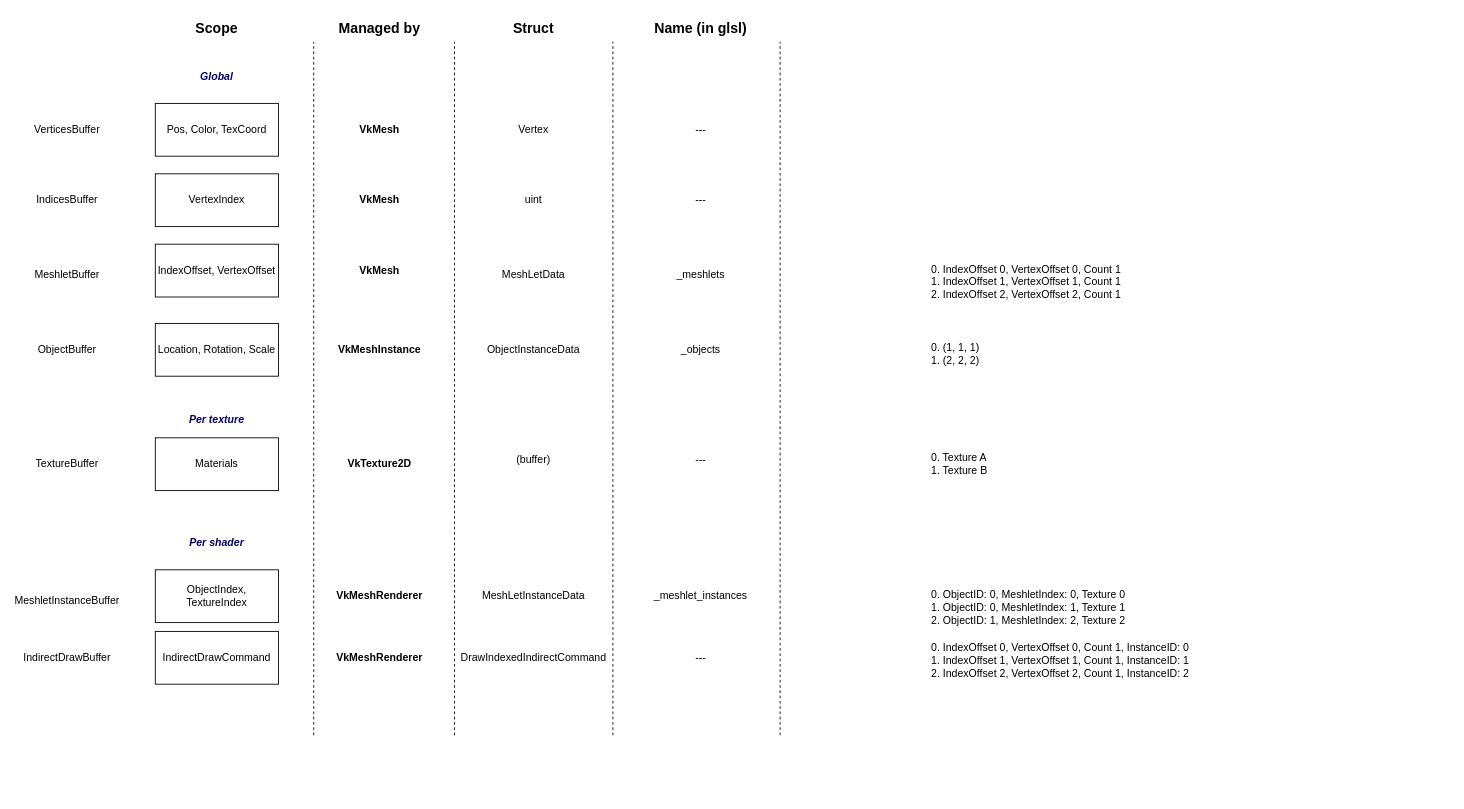
Before: Documentation/Schemas/Render buffers.drawio in Hilderin/MiniEngine, a draw.io diagram. Source tidied: cells renumbered, new cells numbered last; positions are measured from the earlier drawing's top-left corner, leaving out a move shared by most shapes. Both pictures are drawn from the tidied source at 88%, with x=0, y=0 at pixel (40, 15).
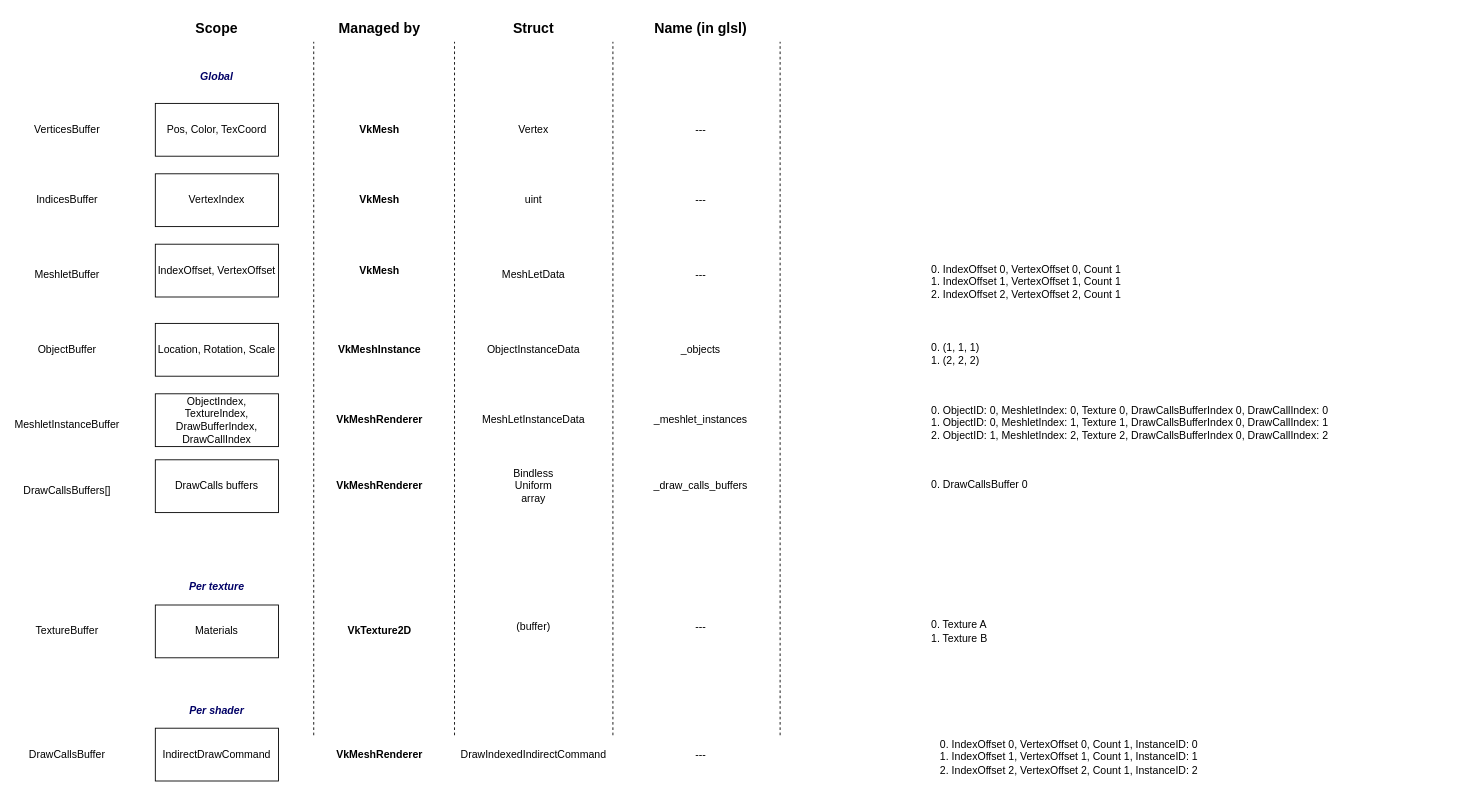
After the change.

Change to the diagram source:
```diff
@@
     <mxCell id="8" value="Materials" style="rounded=0;whiteSpace=wrap;html=1;" parent="1" vertex="1">
-      <mxGeometry x="130" y="480" width="140" height="60" as="geometry" />
+      <mxGeometry x="130" y="670" width="140" height="60" as="geometry" />
     </mxCell>
     <mxCell id="9" value="TextureBuffer" style="text;html=1;strokeColor=none;fillColor=none;align=center;verticalAlign=middle;whiteSpace=wrap;rounded=0;" parent="1" vertex="1">
-      <mxGeometry y="495" width="60" height="30" as="geometry" />
+      <mxGeometry y="685" width="60" height="30" as="geometry" />
     </mxCell>
     <mxCell id="10" value="Per texture" style="text;html=1;fillColor=none;align=center;verticalAlign=middle;whiteSpace=wrap;rounded=0;fontStyle=3;fontColor=#000066;" parent="1" vertex="1">
-      <mxGeometry x="120" y="450" width="160" height="20" as="geometry" />
+      <mxGeometry x="120" y="640" width="160" height="20" as="geometry" />
     </mxCell>
@@
     <mxCell id="12" value="Per shader" style="text;html=1;fillColor=none;align=center;verticalAlign=middle;whiteSpace=wrap;rounded=0;fontStyle=3;fontColor=#000066;" parent="1" vertex="1">
-      <mxGeometry x="120" y="590" width="160" height="20" as="geometry" />
+      <mxGeometry x="120" y="780" width="160" height="20" as="geometry" />
     </mxCell>
     <mxCell id="13" value="IndirectDrawCommand" style="rounded=0;whiteSpace=wrap;html=1;" parent="1" vertex="1">
-      <mxGeometry x="130" y="700" width="140" height="60" as="geometry" />
+      <mxGeometry x="130" y="810" width="140" height="60" as="geometry" />
     </mxCell>
-    <mxCell id="14" value="IndirectDrawBuffer" style="text;html=1;strokeColor=none;fillColor=none;align=center;verticalAlign=middle;whiteSpace=wrap;rounded=0;" parent="1" vertex="1">
-      <mxGeometry y="715" width="60" height="30" as="geometry" />
+    <mxCell id="14" value="DrawCallsBuffer" style="text;html=1;strokeColor=none;fillColor=none;align=center;verticalAlign=middle;whiteSpace=wrap;rounded=0;" parent="1" vertex="1">
+      <mxGeometry y="825" width="60" height="30" as="geometry" />
     </mxCell>
@@
     <mxCell id="16" value="0. Texture A&lt;br&gt;&lt;div style=&quot;&quot;&gt;&lt;span style=&quot;background-color: initial;&quot;&gt;1. Texture B&lt;/span&gt;&lt;/div&gt;" style="text;html=1;strokeColor=none;fillColor=none;align=left;verticalAlign=middle;whiteSpace=wrap;rounded=0;" parent="1" vertex="1">
-      <mxGeometry x="1010" y="495" width="180" height="30" as="geometry" />
+      <mxGeometry x="1010" y="685" width="180" height="30" as="geometry" />
     </mxCell>
     <mxCell id="17" value="0. IndexOffset 0, VertexOffset 0, Count 1, InstanceID: 0&lt;br&gt;&lt;div style=&quot;&quot;&gt;1. IndexOffset 1, VertexOffset 1, Count 1, InstanceID: 1&lt;/div&gt;&lt;div style=&quot;&quot;&gt;2. IndexOffset 2, VertexOffset 2, Count 1, InstanceID: 2&lt;br&gt;&lt;/div&gt;" style="text;html=1;strokeColor=none;fillColor=none;align=left;verticalAlign=top;whiteSpace=wrap;rounded=0;" parent="1" vertex="1">
-      <mxGeometry x="1010" y="705" width="360" height="70" as="geometry" />
+      <mxGeometry x="1020" y="815" width="360" height="70" as="geometry" />
     </mxCell>
@@
     <mxCell id="25" value="MeshletInstanceBuffer" style="text;html=1;strokeColor=none;fillColor=none;align=center;verticalAlign=middle;whiteSpace=wrap;rounded=0;" parent="1" vertex="1">
-      <mxGeometry y="650" width="60" height="30" as="geometry" />
+      <mxGeometry y="450" width="60" height="30" as="geometry" />
     </mxCell>
-    <mxCell id="26" value="ObjectIndex, TextureIndex" style="rounded=0;whiteSpace=wrap;html=1;" parent="1" vertex="1">
-      <mxGeometry x="130" y="630" width="140" height="60" as="geometry" />
+    <mxCell id="26" value="ObjectIndex, TextureIndex,&lt;br&gt;DrawBufferIndex, DrawCallIndex" style="rounded=0;whiteSpace=wrap;html=1;" parent="1" vertex="1">
+      <mxGeometry x="130" y="430" width="140" height="60" as="geometry" />
     </mxCell>
-    <mxCell id="27" value="0. ObjectID: 0, MeshletIndex: 0, Texture 0&lt;br&gt;1. ObjectID: 0, MeshletIndex: 1, Texture 1&lt;br&gt;2. ObjectID: 1, MeshletIndex: 2, Texture 2" style="text;html=1;strokeColor=none;fillColor=none;align=left;verticalAlign=top;whiteSpace=wrap;rounded=0;" parent="1" vertex="1">
-      <mxGeometry x="1010" y="645" width="360" height="70" as="geometry" />
+    <mxCell id="27" value="0. ObjectID: 0, MeshletIndex: 0, Texture 0, DrawCallsBufferIndex 0, DrawCallIndex: 0&lt;br&gt;1. ObjectID: 0, MeshletIndex: 1, Texture 1, DrawCallsBufferIndex 0, DrawCallIndex: 1&lt;br&gt;2. ObjectID: 1, MeshletIndex: 2, Texture 2, DrawCallsBufferIndex 0, DrawCallIndex: 2" style="text;html=1;strokeColor=none;fillColor=none;align=left;verticalAlign=top;whiteSpace=wrap;rounded=0;" parent="1" vertex="1">
+      <mxGeometry x="1010" y="435" width="590" height="70" as="geometry" />
     </mxCell>
     <mxCell id="28" value="VkMeshRenderer" style="text;html=1;strokeColor=none;fillColor=none;align=center;verticalAlign=middle;whiteSpace=wrap;rounded=0;fontStyle=1;" parent="1" vertex="1">
-      <mxGeometry x="355" y="645" width="60" height="30" as="geometry" />
+      <mxGeometry x="355" y="445" width="60" height="30" as="geometry" />
     </mxCell>
@@
     <mxCell id="30" value="VkTexture2D" style="text;html=1;strokeColor=none;fillColor=none;align=center;verticalAlign=middle;whiteSpace=wrap;rounded=0;fontStyle=1;" parent="1" vertex="1">
-      <mxGeometry x="355" y="495" width="60" height="30" as="geometry" />
+      <mxGeometry x="355" y="685" width="60" height="30" as="geometry" />
     </mxCell>
     <mxCell id="31" value="VkMeshRenderer" style="text;html=1;strokeColor=none;fillColor=none;align=center;verticalAlign=middle;whiteSpace=wrap;rounded=0;fontStyle=1;" parent="1" vertex="1">
-      <mxGeometry x="355" y="715" width="60" height="30" as="geometry" />
+      <mxGeometry x="355" y="825" width="60" height="30" as="geometry" />
     </mxCell>
@@
     <mxCell id="41" value="(buffer)" style="text;html=1;strokeColor=none;fillColor=none;align=center;verticalAlign=middle;whiteSpace=wrap;rounded=0;" parent="1" vertex="1">
-      <mxGeometry x="530" y="490" width="60" height="30" as="geometry" />
+      <mxGeometry x="530" y="680" width="60" height="30" as="geometry" />
     </mxCell>
     <mxCell id="42" value="MeshLetInstanceData" style="text;html=1;strokeColor=none;fillColor=none;align=center;verticalAlign=middle;whiteSpace=wrap;rounded=0;" parent="1" vertex="1">
-      <mxGeometry x="530" y="645" width="60" height="30" as="geometry" />
+      <mxGeometry x="530" y="445" width="60" height="30" as="geometry" />
     </mxCell>
     <mxCell id="43" value="DrawIndexedIndirectCommand" style="text;html=1;strokeColor=none;fillColor=none;align=center;verticalAlign=middle;whiteSpace=wrap;rounded=0;" parent="1" vertex="1">
-      <mxGeometry x="530" y="715" width="60" height="30" as="geometry" />
+      <mxGeometry x="530" y="825" width="60" height="30" as="geometry" />
     </mxCell>
@@
-    <mxCell id="47" value="_meshlets" style="text;html=1;strokeColor=none;fillColor=none;align=center;verticalAlign=middle;whiteSpace=wrap;rounded=0;" parent="1" vertex="1">
+    <mxCell id="47" value="---" style="text;html=1;strokeColor=none;fillColor=none;align=center;verticalAlign=middle;whiteSpace=wrap;rounded=0;" parent="1" vertex="1">
       <mxGeometry x="720" y="280" width="60" height="30" as="geometry" />
     </mxCell>
@@
     <mxCell id="50" value="---" style="text;html=1;strokeColor=none;fillColor=none;align=center;verticalAlign=middle;whiteSpace=wrap;rounded=0;" parent="1" vertex="1">
-      <mxGeometry x="720" y="490" width="60" height="30" as="geometry" />
+      <mxGeometry x="720" y="680" width="60" height="30" as="geometry" />
     </mxCell>
     <mxCell id="51" value="_meshlet_instances" style="text;html=1;strokeColor=none;fillColor=none;align=center;verticalAlign=middle;whiteSpace=wrap;rounded=0;" parent="1" vertex="1">
-      <mxGeometry x="720" y="645" width="60" height="30" as="geometry" />
+      <mxGeometry x="720" y="445" width="60" height="30" as="geometry" />
     </mxCell>
     <mxCell id="52" value="---" style="text;html=1;strokeColor=none;fillColor=none;align=center;verticalAlign=middle;whiteSpace=wrap;rounded=0;" parent="1" vertex="1">
-      <mxGeometry x="720" y="715" width="60" height="30" as="geometry" />
+      <mxGeometry x="720" y="825" width="60" height="30" as="geometry" />
     </mxCell>
+    <mxCell id="53" value="DrawCallsBuffers[]" style="text;html=1;strokeColor=none;fillColor=none;align=center;verticalAlign=middle;whiteSpace=wrap;rounded=0;" parent="1" vertex="1">
+      <mxGeometry y="525" width="60" height="30" as="geometry" />
+    </mxCell>
+    <mxCell id="54" value="DrawCalls buffers" style="rounded=0;whiteSpace=wrap;html=1;" parent="1" vertex="1">
+      <mxGeometry x="130" y="505" width="140" height="60" as="geometry" />
+    </mxCell>
+    <mxCell id="55" value="VkMeshRenderer" style="text;html=1;strokeColor=none;fillColor=none;align=center;verticalAlign=middle;whiteSpace=wrap;rounded=0;fontStyle=1;" parent="1" vertex="1">
+      <mxGeometry x="355" y="520" width="60" height="30" as="geometry" />
+    </mxCell>
+    <mxCell id="56" value="_draw_calls_buffers" style="text;html=1;strokeColor=none;fillColor=none;align=center;verticalAlign=middle;whiteSpace=wrap;rounded=0;" parent="1" vertex="1">
+      <mxGeometry x="720" y="520" width="60" height="30" as="geometry" />
+    </mxCell>
+    <mxCell id="57" value="Bindless Uniform array" style="text;html=1;strokeColor=none;fillColor=none;align=center;verticalAlign=middle;whiteSpace=wrap;rounded=0;" parent="1" vertex="1">
+      <mxGeometry x="530" y="520" width="60" height="30" as="geometry" />
+    </mxCell>
+    <mxCell id="58" value="0. DrawCallsBuffer 0" style="text;html=1;strokeColor=none;fillColor=none;align=left;verticalAlign=top;whiteSpace=wrap;rounded=0;" parent="1" vertex="1">
+      <mxGeometry x="1010" y="520" width="360" height="70" as="geometry" />
+    </mxCell>
```
